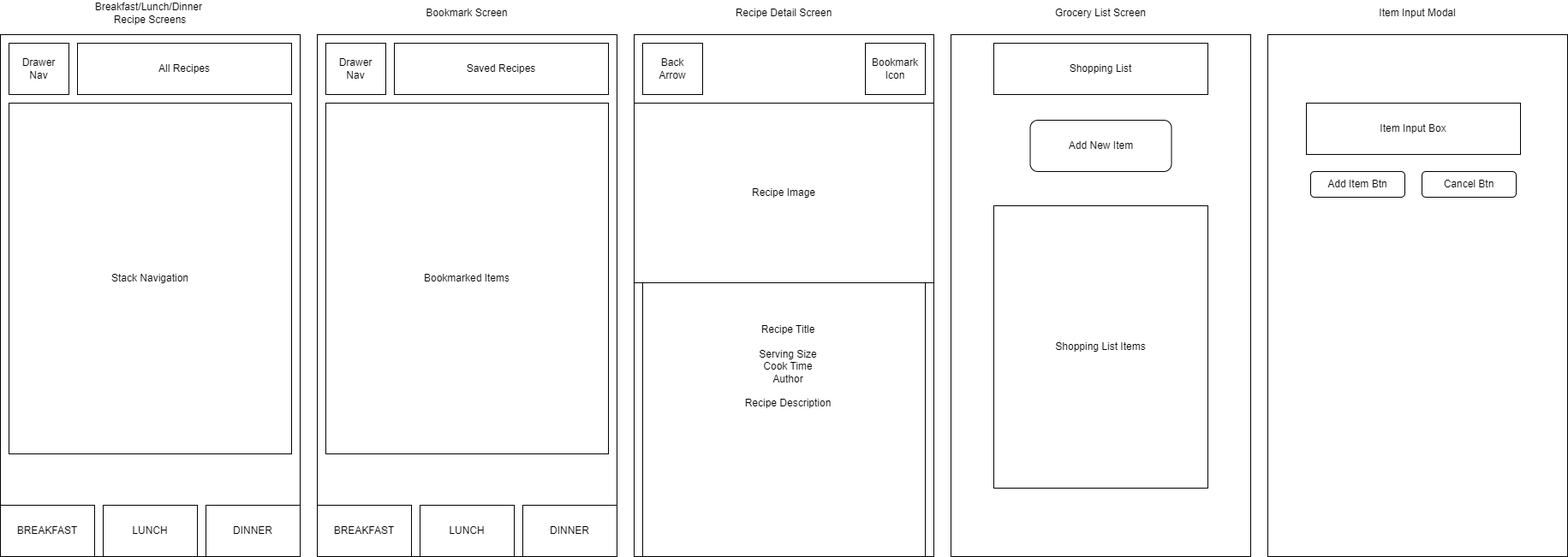
This is Final Project/BusyMomsMealGuide/docs/BusyMomsMealGuide.png from KristenCav/IST236, a draw.io export, as it was before one commit. Source tidied: cells renumbered, new cells last; positions are measured from the earlier drawing's top-left corner, leaving out a move shared by most shapes. Source of this version:
```xml
<mxGraphModel>
  <root>
    <mxCell id="0" />
    <mxCell id="1" parent="0" />
    <mxCell id="2" style="rounded=0;whiteSpace=wrap;html=1;" parent="1" vertex="1">
      <mxGeometry y="40" width="350" height="610" as="geometry" />
    </mxCell>
    <mxCell id="3" value="Breakfast/Lunch/Dinner&amp;nbsp;&lt;div&gt;Recipe Screens&lt;/div&gt;" style="text;html=1;align=center;verticalAlign=middle;whiteSpace=wrap;rounded=0;" parent="1" vertex="1">
      <mxGeometry x="75" width="200" height="30" as="geometry" />
    </mxCell>
    <mxCell id="4" value="All Recipes" style="rounded=0;whiteSpace=wrap;html=1;" parent="1" vertex="1">
      <mxGeometry x="90" y="50" width="250" height="60" as="geometry" />
    </mxCell>
    <mxCell id="5" value="Drawer&lt;div&gt;Nav&lt;/div&gt;" style="rounded=0;whiteSpace=wrap;html=1;" parent="1" vertex="1">
      <mxGeometry x="10" y="50" width="70" height="60" as="geometry" />
    </mxCell>
    <mxCell id="6" value="Stack Navigation" style="rounded=0;whiteSpace=wrap;html=1;" parent="1" vertex="1">
      <mxGeometry x="10" y="120" width="330" height="410" as="geometry" />
    </mxCell>
    <mxCell id="7" value="DINNER" style="rounded=0;whiteSpace=wrap;html=1;" parent="1" vertex="1">
      <mxGeometry x="240" y="590" width="110" height="60" as="geometry" />
    </mxCell>
    <mxCell id="8" value="LUNCH" style="rounded=0;whiteSpace=wrap;html=1;" parent="1" vertex="1">
      <mxGeometry x="120" y="590" width="110" height="60" as="geometry" />
    </mxCell>
    <mxCell id="9" value="BREAKFAST" style="rounded=0;whiteSpace=wrap;html=1;" parent="1" vertex="1">
      <mxGeometry y="590" width="110" height="60" as="geometry" />
    </mxCell>
    <mxCell id="10" style="rounded=0;whiteSpace=wrap;html=1;" parent="1" vertex="1">
      <mxGeometry x="370" y="40" width="350" height="610" as="geometry" />
    </mxCell>
    <mxCell id="11" value="Bookmark Screen" style="text;html=1;align=center;verticalAlign=middle;whiteSpace=wrap;rounded=0;" parent="1" vertex="1">
      <mxGeometry x="445" width="200" height="30" as="geometry" />
    </mxCell>
    <mxCell id="12" value="Saved Recipes" style="rounded=0;whiteSpace=wrap;html=1;" parent="1" vertex="1">
      <mxGeometry x="460" y="50" width="250" height="60" as="geometry" />
    </mxCell>
    <mxCell id="13" value="Drawer&lt;div&gt;Nav&lt;/div&gt;" style="rounded=0;whiteSpace=wrap;html=1;" parent="1" vertex="1">
      <mxGeometry x="380" y="50" width="70" height="60" as="geometry" />
    </mxCell>
    <mxCell id="14" value="Bookmarked Items" style="rounded=0;whiteSpace=wrap;html=1;" parent="1" vertex="1">
      <mxGeometry x="380" y="120" width="330" height="410" as="geometry" />
    </mxCell>
    <mxCell id="15" style="rounded=0;whiteSpace=wrap;html=1;" parent="1" vertex="1">
      <mxGeometry x="740" y="40" width="350" height="610" as="geometry" />
    </mxCell>
    <mxCell id="16" value="Recipe Detail Screen" style="text;html=1;align=center;verticalAlign=middle;whiteSpace=wrap;rounded=0;" parent="1" vertex="1">
      <mxGeometry x="815" width="200" height="30" as="geometry" />
    </mxCell>
    <mxCell id="17" value="Back&lt;div&gt;Arrow&lt;/div&gt;" style="rounded=0;whiteSpace=wrap;html=1;" parent="1" vertex="1">
      <mxGeometry x="750" y="50" width="70" height="60" as="geometry" />
    </mxCell>
    <mxCell id="18" value="Bookmark Icon" style="rounded=0;whiteSpace=wrap;html=1;" parent="1" vertex="1">
      <mxGeometry x="1010" y="50" width="70" height="60" as="geometry" />
    </mxCell>
    <mxCell id="19" value="Recipe Image" style="rounded=0;whiteSpace=wrap;html=1;" parent="1" vertex="1">
      <mxGeometry x="740" y="120" width="350" height="210" as="geometry" />
    </mxCell>
    <mxCell id="20" style="rounded=0;whiteSpace=wrap;html=1;" parent="1" vertex="1">
      <mxGeometry x="750" y="330" width="330" height="320" as="geometry" />
    </mxCell>
    <mxCell id="21" value="&lt;div&gt;Recipe Title&lt;/div&gt;&lt;div&gt;&lt;br&gt;&lt;/div&gt;&lt;div&gt;Serving Size&lt;/div&gt;&lt;div&gt;Cook Time&lt;/div&gt;&lt;div&gt;Author&lt;/div&gt;&lt;div&gt;&lt;br&gt;&lt;/div&gt;&lt;div&gt;Recipe Description&lt;/div&gt;&lt;div&gt;&lt;br&gt;&lt;/div&gt;" style="text;html=1;align=center;verticalAlign=middle;whiteSpace=wrap;rounded=0;" parent="1" vertex="1">
      <mxGeometry x="790" y="350" width="260" height="170" as="geometry" />
    </mxCell>
    <mxCell id="22" value="BREAKFAST" style="rounded=0;whiteSpace=wrap;html=1;" parent="1" vertex="1">
      <mxGeometry x="370" y="590" width="110" height="60" as="geometry" />
    </mxCell>
    <mxCell id="23" value="LUNCH" style="rounded=0;whiteSpace=wrap;html=1;" parent="1" vertex="1">
      <mxGeometry x="490" y="590" width="110" height="60" as="geometry" />
    </mxCell>
    <mxCell id="24" value="DINNER" style="rounded=0;whiteSpace=wrap;html=1;" parent="1" vertex="1">
      <mxGeometry x="610" y="590" width="110" height="60" as="geometry" />
    </mxCell>
    <mxCell id="25" style="rounded=0;whiteSpace=wrap;html=1;" parent="1" vertex="1">
      <mxGeometry x="1110" y="40" width="350" height="610" as="geometry" />
    </mxCell>
    <mxCell id="26" value="Grocery List Screen" style="text;html=1;align=center;verticalAlign=middle;whiteSpace=wrap;rounded=0;" parent="1" vertex="1">
      <mxGeometry x="1185" width="200" height="30" as="geometry" />
    </mxCell>
    <mxCell id="27" value="Shopping List" style="rounded=0;whiteSpace=wrap;html=1;" parent="1" vertex="1">
      <mxGeometry x="1160" y="50" width="250" height="60" as="geometry" />
    </mxCell>
    <mxCell id="28" value="Add New Item" style="rounded=1;whiteSpace=wrap;html=1;" parent="1" vertex="1">
      <mxGeometry x="1202.5" y="140" width="165" height="60" as="geometry" />
    </mxCell>
    <mxCell id="29" value="Shopping List Items" style="rounded=0;whiteSpace=wrap;html=1;" parent="1" vertex="1">
      <mxGeometry x="1160" y="240" width="250" height="330" as="geometry" />
    </mxCell>
    <mxCell id="30" style="rounded=0;whiteSpace=wrap;html=1;" parent="1" vertex="1">
      <mxGeometry x="1480" y="40" width="350" height="610" as="geometry" />
    </mxCell>
    <mxCell id="31" value="Item Input Modal" style="text;html=1;align=center;verticalAlign=middle;whiteSpace=wrap;rounded=0;" parent="1" vertex="1">
      <mxGeometry x="1555" width="200" height="30" as="geometry" />
    </mxCell>
    <mxCell id="32" value="Add Item Btn" style="rounded=1;whiteSpace=wrap;html=1;" parent="1" vertex="1">
      <mxGeometry x="1530" y="200" width="110" height="30" as="geometry" />
    </mxCell>
    <mxCell id="33" value="Cancel Btn" style="rounded=1;whiteSpace=wrap;html=1;" parent="1" vertex="1">
      <mxGeometry x="1660" y="200" width="110" height="30" as="geometry" />
    </mxCell>
    <mxCell id="34" value="Item Input Box" style="rounded=0;whiteSpace=wrap;html=1;" parent="1" vertex="1">
      <mxGeometry x="1525" y="120" width="250" height="60" as="geometry" />
    </mxCell>
  </root>
</mxGraphModel>
```
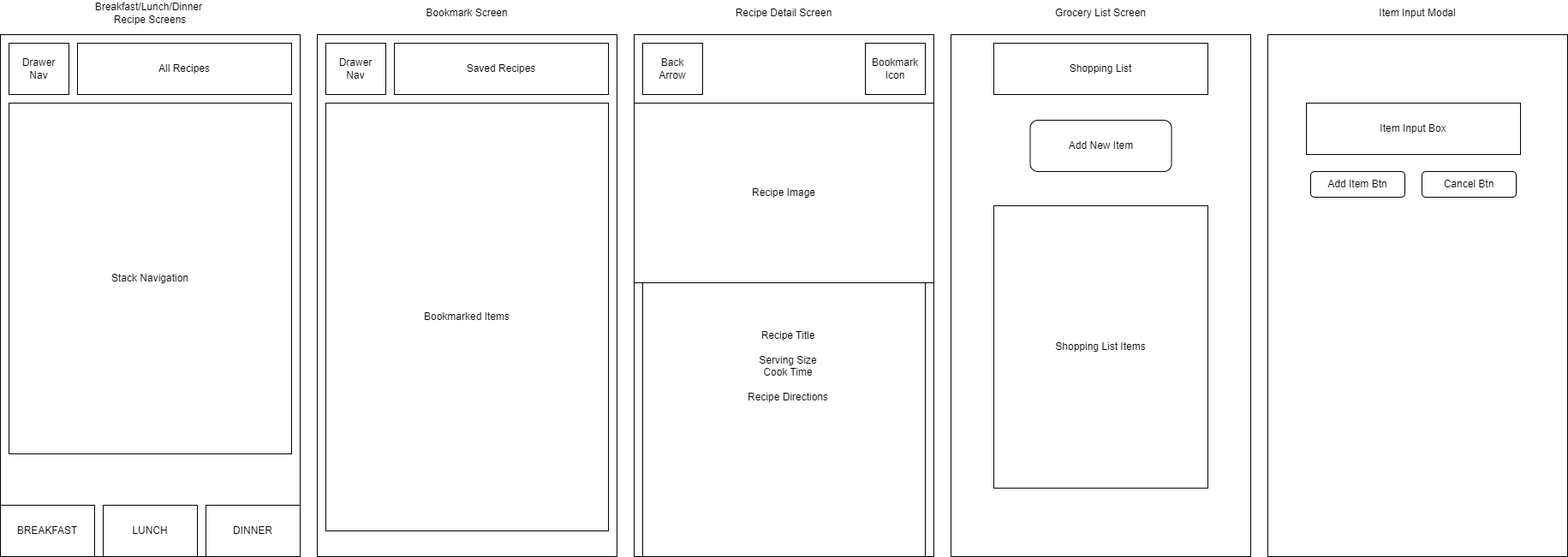
After the commit.

Diff of the diagram source:
```diff
@@ -39,7 +39,7 @@
       <mxGeometry x="380" y="50" width="70" height="60" as="geometry" />
     </mxCell>
     <mxCell id="14" value="Bookmarked Items" style="rounded=0;whiteSpace=wrap;html=1;" parent="1" vertex="1">
-      <mxGeometry x="380" y="120" width="330" height="410" as="geometry" />
+      <mxGeometry x="380" y="120" width="330" height="500" as="geometry" />
     </mxCell>
     <mxCell id="15" style="rounded=0;whiteSpace=wrap;html=1;" parent="1" vertex="1">
       <mxGeometry x="740" y="40" width="350" height="610" as="geometry" />
@@ -59,18 +59,9 @@
     <mxCell id="20" style="rounded=0;whiteSpace=wrap;html=1;" parent="1" vertex="1">
       <mxGeometry x="750" y="330" width="330" height="320" as="geometry" />
     </mxCell>
-    <mxCell id="21" value="&lt;div&gt;Recipe Title&lt;/div&gt;&lt;div&gt;&lt;br&gt;&lt;/div&gt;&lt;div&gt;Serving Size&lt;/div&gt;&lt;div&gt;Cook Time&lt;/div&gt;&lt;div&gt;Author&lt;/div&gt;&lt;div&gt;&lt;br&gt;&lt;/div&gt;&lt;div&gt;Recipe Description&lt;/div&gt;&lt;div&gt;&lt;br&gt;&lt;/div&gt;" style="text;html=1;align=center;verticalAlign=middle;whiteSpace=wrap;rounded=0;" parent="1" vertex="1">
+    <mxCell id="21" value="&lt;div&gt;Recipe Title&lt;/div&gt;&lt;div&gt;&lt;br&gt;&lt;/div&gt;&lt;div&gt;Serving Size&lt;/div&gt;&lt;div&gt;Cook Time&lt;/div&gt;&lt;div&gt;&lt;br&gt;&lt;/div&gt;&lt;div&gt;Recipe Directions&lt;/div&gt;&lt;div&gt;&lt;br&gt;&lt;/div&gt;" style="text;html=1;align=center;verticalAlign=middle;whiteSpace=wrap;rounded=0;" parent="1" vertex="1">
       <mxGeometry x="790" y="350" width="260" height="170" as="geometry" />
     </mxCell>
-    <mxCell id="22" value="BREAKFAST" style="rounded=0;whiteSpace=wrap;html=1;" parent="1" vertex="1">
-      <mxGeometry x="370" y="590" width="110" height="60" as="geometry" />
-    </mxCell>
-    <mxCell id="23" value="LUNCH" style="rounded=0;whiteSpace=wrap;html=1;" parent="1" vertex="1">
-      <mxGeometry x="490" y="590" width="110" height="60" as="geometry" />
-    </mxCell>
-    <mxCell id="24" value="DINNER" style="rounded=0;whiteSpace=wrap;html=1;" parent="1" vertex="1">
-      <mxGeometry x="610" y="590" width="110" height="60" as="geometry" />
-    </mxCell>
     <mxCell id="25" style="rounded=0;whiteSpace=wrap;html=1;" parent="1" vertex="1">
       <mxGeometry x="1110" y="40" width="350" height="610" as="geometry" />
     </mxCell>
```
